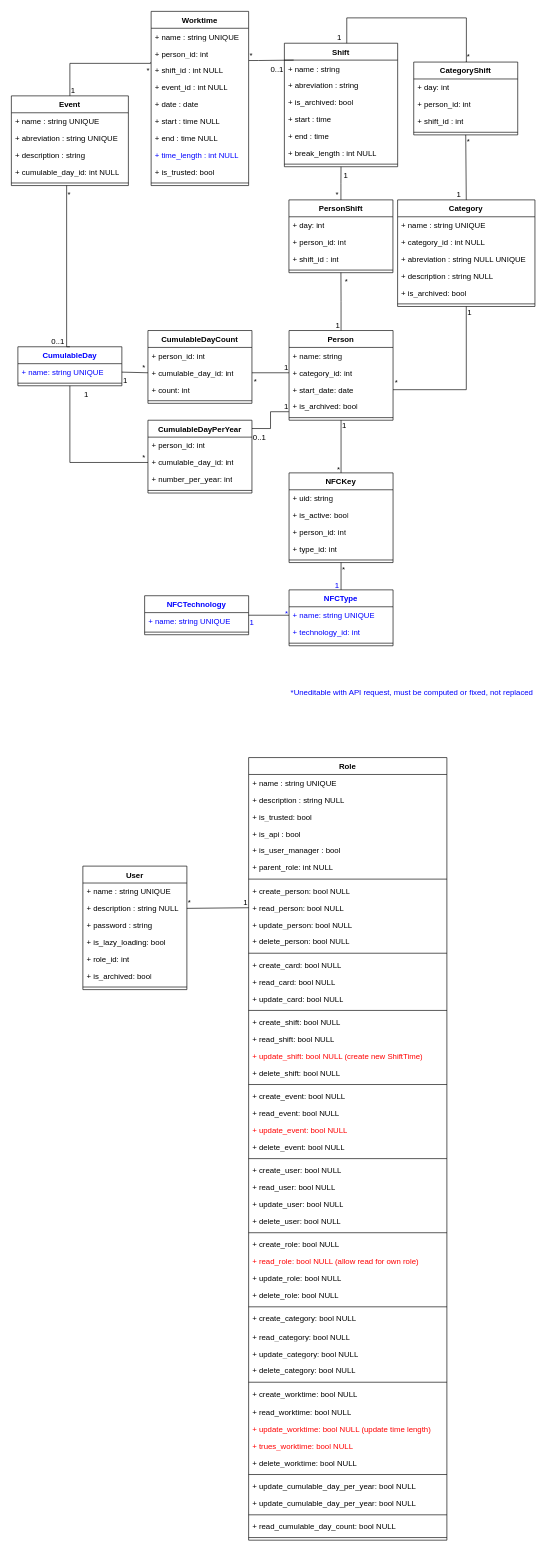
Earlier version of the draw.io diagram TimeManagerMLD.drawio (FrShao/TimeManager). Source tidied: cells renumbered, new cells numbered last; positions are measured from the earlier drawing's top-left corner, leaving out a move shared by most shapes. Both pictures are drawn from the tidied source at 65%, with x=0, y=0 at pixel (11, 11).
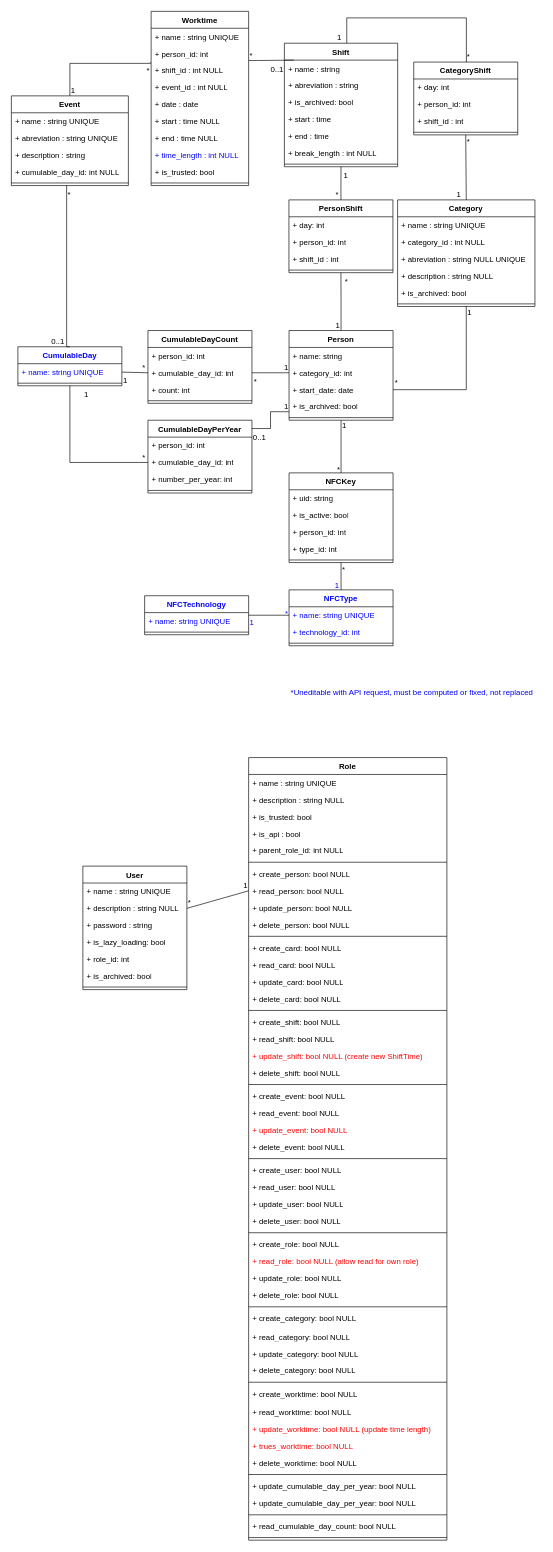
After the change.

Commit message:
Mettre à jour TimeManagerMLD.drawio

The change refers to these unchanged cells:
```xml
<mxCell id="8" value="Role" style="swimlane;fontStyle=1;align=center;verticalAlign=top;horizontal=1;startSize=26;whiteSpace=wrap;html=1;" parent="1" vertex="1">
  <mxGeometry x="365" y="1148" width="305" height="1204" as="geometry" />
</mxCell>
```

The edit, as a diff of the source:
```diff
@@
-    <mxCell id="13" value="+ is_user_manager : bool" style="text;strokeColor=none;fillColor=none;align=left;verticalAlign=top;spacingLeft=4;spacingRight=4;overflow=hidden;whiteSpace=wrap;html=1;" parent="8" vertex="1">
-      <mxGeometry y="130" width="305" height="26" as="geometry" />
-    </mxCell>
-    <mxCell id="14" value="+ parent_role: int NULL" style="text;strokeColor=none;fillColor=none;align=left;verticalAlign=top;spacingLeft=4;spacingRight=4;overflow=hidden;whiteSpace=wrap;html=1;" parent="8" vertex="1">
-      <mxGeometry y="156" width="305" height="26" as="geometry" />
+    <mxCell id="14" value="+ parent_role_id: int NULL" style="text;strokeColor=none;fillColor=none;align=left;verticalAlign=top;spacingLeft=4;spacingRight=4;overflow=hidden;whiteSpace=wrap;html=1;" parent="8" vertex="1">
+      <mxGeometry y="130" width="305" height="26" as="geometry" />
     </mxCell>
     <mxCell id="15" style="line;strokeWidth=1;dashed=0;labelPosition=right;align=left;verticalAlign=middle;spacingTop=0;spacingLeft=6;" parent="8" vertex="1">
-      <mxGeometry y="182" width="305" height="10" as="geometry" />
+      <mxGeometry y="156" width="305" height="10" as="geometry" />
     </mxCell>
     <mxCell id="16" value="+ create_person: bool NULL" style="text;strokeColor=none;fillColor=none;align=left;verticalAlign=top;spacingLeft=4;spacingRight=4;overflow=hidden;whiteSpace=wrap;html=1;" parent="8" vertex="1">
-      <mxGeometry y="192" width="305" height="26" as="geometry" />
+      <mxGeometry y="166" width="305" height="26" as="geometry" />
     </mxCell>
     <mxCell id="17" value="+ read_person: bool&amp;nbsp;NULL" style="text;strokeColor=none;fillColor=none;align=left;verticalAlign=top;spacingLeft=4;spacingRight=4;overflow=hidden;points=[[0,0.5],[1,0.5]];portConstraint=eastwest;whiteSpace=wrap;html=1;" parent="8" vertex="1">
-      <mxGeometry y="218" width="305" height="26" as="geometry" />
+      <mxGeometry y="192" width="305" height="26" as="geometry" />
     </mxCell>
     <mxCell id="18" value="&lt;font color=&quot;#000000&quot;&gt;+ update_person: bool&amp;nbsp;NULL&lt;/font&gt;" style="text;strokeColor=none;fillColor=none;align=left;verticalAlign=top;spacingLeft=4;spacingRight=4;overflow=hidden;whiteSpace=wrap;html=1;fontColor=#FF0000;" parent="8" vertex="1">
-      <mxGeometry y="244" width="305" height="26" as="geometry" />
+      <mxGeometry y="218" width="305" height="26" as="geometry" />
     </mxCell>
     <mxCell id="19" value="+ delete_person: bool&amp;nbsp;NULL" style="text;strokeColor=none;fillColor=none;align=left;verticalAlign=top;spacingLeft=4;spacingRight=4;overflow=hidden;whiteSpace=wrap;html=1;" parent="8" vertex="1">
-      <mxGeometry y="270" width="305" height="26" as="geometry" />
+      <mxGeometry y="244" width="305" height="26" as="geometry" />
     </mxCell>
     <mxCell id="20" style="line;strokeWidth=1;dashed=0;labelPosition=right;align=left;verticalAlign=middle;spacingTop=0;spacingLeft=6;" parent="8" vertex="1">
-      <mxGeometry y="296" width="305" height="10" as="geometry" />
+      <mxGeometry y="270" width="305" height="10" as="geometry" />
     </mxCell>
     <mxCell id="21" value="+ create_card: bool&amp;nbsp;NULL" style="text;strokeColor=none;fillColor=none;align=left;verticalAlign=top;spacingLeft=4;spacingRight=4;overflow=hidden;whiteSpace=wrap;html=1;" parent="8" vertex="1">
-      <mxGeometry y="306" width="305" height="26" as="geometry" />
+      <mxGeometry y="280" width="305" height="26" as="geometry" />
     </mxCell>
     <mxCell id="22" value="+ read_card: bool&amp;nbsp;NULL" style="text;strokeColor=none;fillColor=none;align=left;verticalAlign=top;spacingLeft=4;spacingRight=4;overflow=hidden;whiteSpace=wrap;html=1;" parent="8" vertex="1">
-      <mxGeometry y="332" width="305" height="26" as="geometry" />
+      <mxGeometry y="306" width="305" height="26" as="geometry" />
     </mxCell>
     <mxCell id="23" value="+ update_card: bool&amp;nbsp;NULL" style="text;strokeColor=none;fillColor=none;align=left;verticalAlign=top;spacingLeft=4;spacingRight=4;overflow=hidden;whiteSpace=wrap;html=1;" parent="8" vertex="1">
-      <mxGeometry y="358" width="305" height="26" as="geometry" />
+      <mxGeometry y="332" width="305" height="26" as="geometry" />
     </mxCell>
+    <mxCell id="186" value="+ delete_card: bool&amp;nbsp;NULL" style="text;strokeColor=none;fillColor=none;align=left;verticalAlign=top;spacingLeft=4;spacingRight=4;overflow=hidden;whiteSpace=wrap;html=1;" parent="8" vertex="1">
+      <mxGeometry y="358" width="305" height="26" as="geometry" />
+    </mxCell>
```
